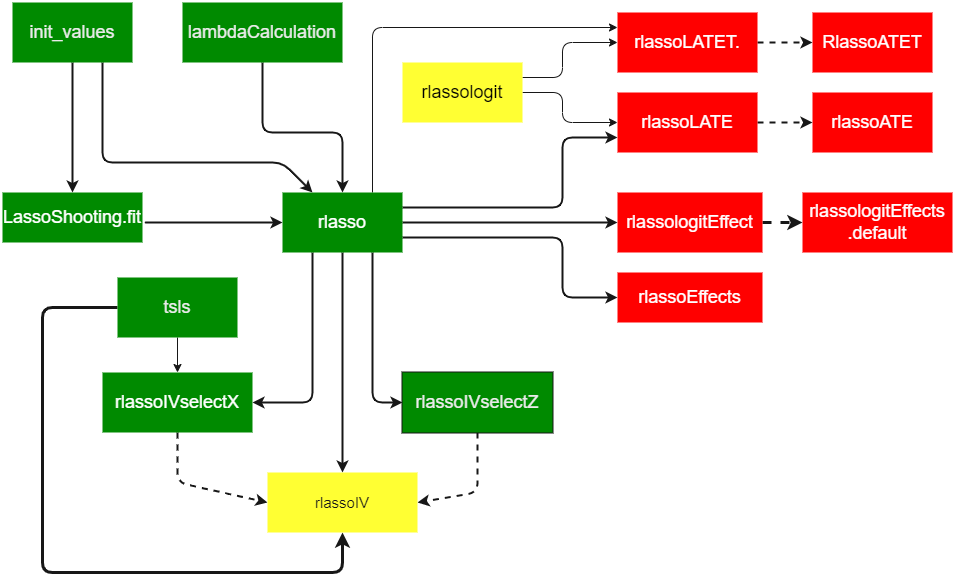
Before: functions_hdm.png, a diagram exported from draw.io (d2cml-ai/HDMjl.jl). Source tidied: cells renumbered, new cells last; positions are measured from the earlier drawing's top-left corner, leaving out a move shared by most shapes.
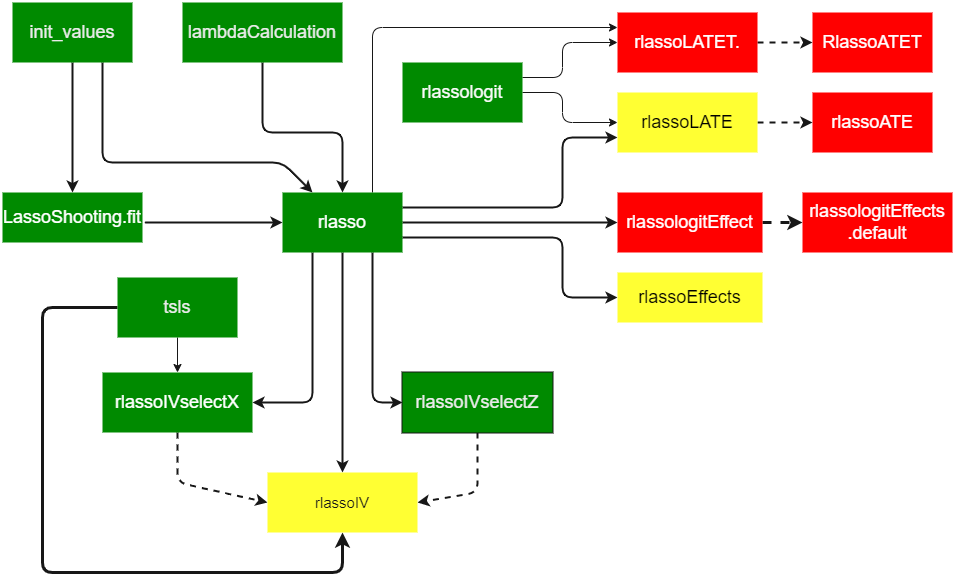
Later version of the same file.

Commit message:
diagram up to date 8/18/22

The edit, as a diff of the source:
```diff
@@ -89,7 +89,7 @@
         </Array>
       </mxGeometry>
     </mxCell>
-    <mxCell id="17" value="rlassoEffects" style="whiteSpace=wrap;html=1;fontSize=18;strokeColor=none;strokeWidth=2;fillColor=#FF0000;fontColor=#FFFFFF;gradientColor=none;" parent="1" vertex="1">
+    <mxCell id="17" value="rlassoEffects" style="whiteSpace=wrap;html=1;fontSize=18;strokeColor=none;strokeWidth=2;fillColor=#FFFF33;fontColor=#000000;gradientColor=none;" parent="1" vertex="1">
       <mxGeometry x="615" y="270" width="145" height="50" as="geometry" />
     </mxCell>
     <mxCell id="18" style="edgeStyle=none;html=1;exitX=1;exitY=0.5;exitDx=0;exitDy=0;fontColor=#FFFFFF;strokeColor=#171717;fontSize=18;strokeWidth=3;dashed=1;" parent="1" edge="1" source="19" target="30">
@@ -104,7 +104,7 @@
     <mxCell id="21" style="edgeStyle=none;rounded=0;html=1;exitX=1;exitY=0.5;exitDx=0;exitDy=0;entryX=0;entryY=0.5;entryDx=0;entryDy=0;dashed=1;strokeColor=#171717;strokeWidth=2;fontColor=#FFFFFF;fontSize=18;" parent="1" edge="1" source="22" target="20">
       <mxGeometry relative="1" as="geometry" />
     </mxCell>
-    <mxCell id="22" value="rlassoLATE" style="whiteSpace=wrap;html=1;fontSize=18;fontColor=#FFFFFF;strokeColor=none;strokeWidth=2;fillColor=#FF0000;gradientColor=none;gradientDirection=north;" parent="1" vertex="1">
+    <mxCell id="22" value="rlassoLATE" style="whiteSpace=wrap;html=1;fontSize=18;fontColor=#000000;strokeColor=none;strokeWidth=2;fillColor=#FFFF33;gradientColor=none;gradientDirection=north;" parent="1" vertex="1">
       <mxGeometry x="615" y="90" width="140" height="60" as="geometry" />
     </mxCell>
     <mxCell id="23" style="edgeStyle=none;rounded=0;html=1;exitX=1;exitY=0.5;exitDx=0;exitDy=0;entryX=0;entryY=0.5;entryDx=0;entryDy=0;dashed=1;strokeColor=#171717;strokeWidth=2;fontColor=#FFFFFF;fontSize=18;" parent="1" edge="1" source="24" target="31">
@@ -171,7 +171,7 @@
         </Array>
       </mxGeometry>
     </mxCell>
-    <mxCell id="38" value="rlassologit" style="whiteSpace=wrap;html=1;fontSize=18;fontColor=#000000;strokeColor=none;strokeWidth=2;fillColor=#FFFF33;gradientColor=none;gradientDirection=north;" parent="1" vertex="1">
+    <mxCell id="38" value="rlassologit" style="whiteSpace=wrap;html=1;fontSize=18;fontColor=#FAFAFA;strokeColor=none;strokeWidth=2;fillColor=#008a00;gradientColor=none;gradientDirection=north;labelBackgroundColor=none;" parent="1" vertex="1">
       <mxGeometry x="400" y="60" width="120" height="60" as="geometry" />
     </mxCell>
   </root>
```
